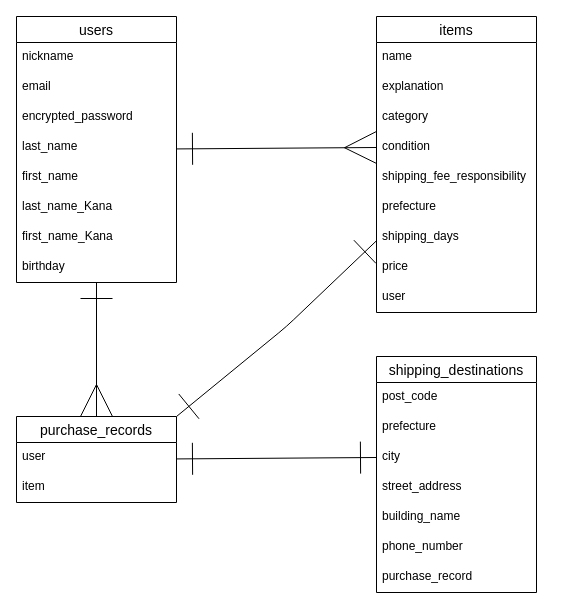
The draw.io diagram test.dio in kh00x10a/furima-39339, before the edit. Source tidied: cells renumbered, new cells numbered last; positions are measured from the earlier drawing's top-left corner, leaving out a move shared by most shapes. Both pictures are drawn from the tidied source at 100%, with x=0, y=0 at pixel (16, 16).
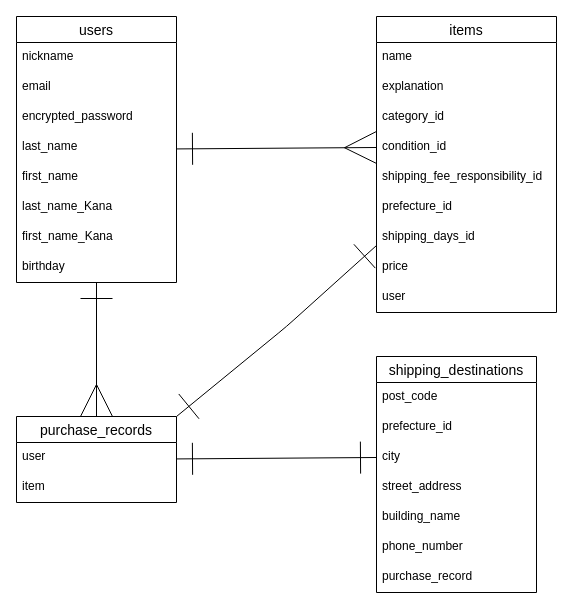
After the change.

The change refers to these unchanged cells:
```xml
<mxCell id="28" value="shipping_destinations" style="swimlane;fontStyle=0;horizontal=1;startSize=26;align=center;fontSize=14;" parent="1" vertex="1">
  <mxGeometry x="360" y="340" width="160" height="236" as="geometry" />
</mxCell>
```

Change to the diagram source:
```diff
@@
     <mxCell id="14" value="items" style="swimlane;fontStyle=0;horizontal=1;startSize=26;align=center;fontSize=14;" parent="1" vertex="1">
-      <mxGeometry x="360" width="160" height="296" as="geometry" />
+      <mxGeometry x="360" width="180" height="296" as="geometry" />
     </mxCell>
     <mxCell id="15" value="name" style="text;strokeColor=none;fillColor=none;spacingLeft=4;spacingRight=4;overflow=hidden;fontSize=12;" parent="14" vertex="1">
-      <mxGeometry y="26" width="160" height="30" as="geometry" />
+      <mxGeometry y="26" width="180" height="30" as="geometry" />
     </mxCell>
     <mxCell id="16" value="explanation" style="text;strokeColor=none;fillColor=none;spacingLeft=4;spacingRight=4;overflow=hidden;fontSize=12;" parent="14" vertex="1">
-      <mxGeometry y="56" width="160" height="30" as="geometry" />
+      <mxGeometry y="56" width="180" height="30" as="geometry" />
     </mxCell>
-    <mxCell id="17" value="category" style="text;strokeColor=none;fillColor=none;spacingLeft=4;spacingRight=4;overflow=hidden;fontSize=12;" parent="14" vertex="1">
-      <mxGeometry y="86" width="160" height="30" as="geometry" />
+    <mxCell id="17" value="category_id" style="text;strokeColor=none;fillColor=none;spacingLeft=4;spacingRight=4;overflow=hidden;fontSize=12;" parent="14" vertex="1">
+      <mxGeometry y="86" width="180" height="30" as="geometry" />
     </mxCell>
-    <mxCell id="18" value="condition" style="text;strokeColor=none;fillColor=none;spacingLeft=4;spacingRight=4;overflow=hidden;points=[[0,0.5],[1,0.5]];portConstraint=eastwest;fontSize=12;" parent="14" vertex="1">
-      <mxGeometry y="116" width="160" height="30" as="geometry" />
+    <mxCell id="18" value="condition_id" style="text;strokeColor=none;fillColor=none;spacingLeft=4;spacingRight=4;overflow=hidden;points=[[0,0.5],[1,0.5]];portConstraint=eastwest;fontSize=12;" parent="14" vertex="1">
+      <mxGeometry y="116" width="180" height="30" as="geometry" />
     </mxCell>
-    <mxCell id="19" value="shipping_fee_responsibility" style="text;strokeColor=none;fillColor=none;spacingLeft=4;spacingRight=4;overflow=hidden;fontSize=12;" parent="14" vertex="1">
-      <mxGeometry y="146" width="160" height="30" as="geometry" />
+    <mxCell id="19" value="shipping_fee_responsibility_id" style="text;strokeColor=none;fillColor=none;spacingLeft=4;spacingRight=4;overflow=hidden;fontSize=12;" parent="14" vertex="1">
+      <mxGeometry y="146" width="180" height="30" as="geometry" />
     </mxCell>
-    <mxCell id="20" value="prefecture" style="text;strokeColor=none;fillColor=none;spacingLeft=4;spacingRight=4;overflow=hidden;fontSize=12;" parent="14" vertex="1">
-      <mxGeometry y="176" width="160" height="30" as="geometry" />
+    <mxCell id="20" value="prefecture_id" style="text;strokeColor=none;fillColor=none;spacingLeft=4;spacingRight=4;overflow=hidden;fontSize=12;" parent="14" vertex="1">
+      <mxGeometry y="176" width="180" height="30" as="geometry" />
     </mxCell>
-    <mxCell id="21" value="shipping_days" style="text;strokeColor=none;fillColor=none;spacingLeft=4;spacingRight=4;overflow=hidden;fontSize=12;" parent="14" vertex="1">
-      <mxGeometry y="206" width="160" height="30" as="geometry" />
+    <mxCell id="21" value="shipping_days_id" style="text;strokeColor=none;fillColor=none;spacingLeft=4;spacingRight=4;overflow=hidden;fontSize=12;" parent="14" vertex="1">
+      <mxGeometry y="206" width="180" height="30" as="geometry" />
     </mxCell>
     <mxCell id="22" value="price" style="text;strokeColor=none;fillColor=none;spacingLeft=4;spacingRight=4;overflow=hidden;fontSize=12;" parent="14" vertex="1">
-      <mxGeometry y="236" width="160" height="30" as="geometry" />
+      <mxGeometry y="236" width="180" height="30" as="geometry" />
     </mxCell>
     <mxCell id="23" value="user" style="text;strokeColor=none;fillColor=none;spacingLeft=4;spacingRight=4;overflow=hidden;fontSize=12;" parent="14" vertex="1">
-      <mxGeometry y="266" width="160" height="30" as="geometry" />
+      <mxGeometry y="266" width="180" height="30" as="geometry" />
     </mxCell>
@@
-    <mxCell id="30" value="prefecture" style="text;strokeColor=none;fillColor=none;spacingLeft=4;spacingRight=4;overflow=hidden;fontSize=12;" parent="28" vertex="1">
+    <mxCell id="30" value="prefecture_id" style="text;strokeColor=none;fillColor=none;spacingLeft=4;spacingRight=4;overflow=hidden;fontSize=12;" parent="28" vertex="1">
       <mxGeometry y="56" width="160" height="30" as="geometry" />
     </mxCell>
```
